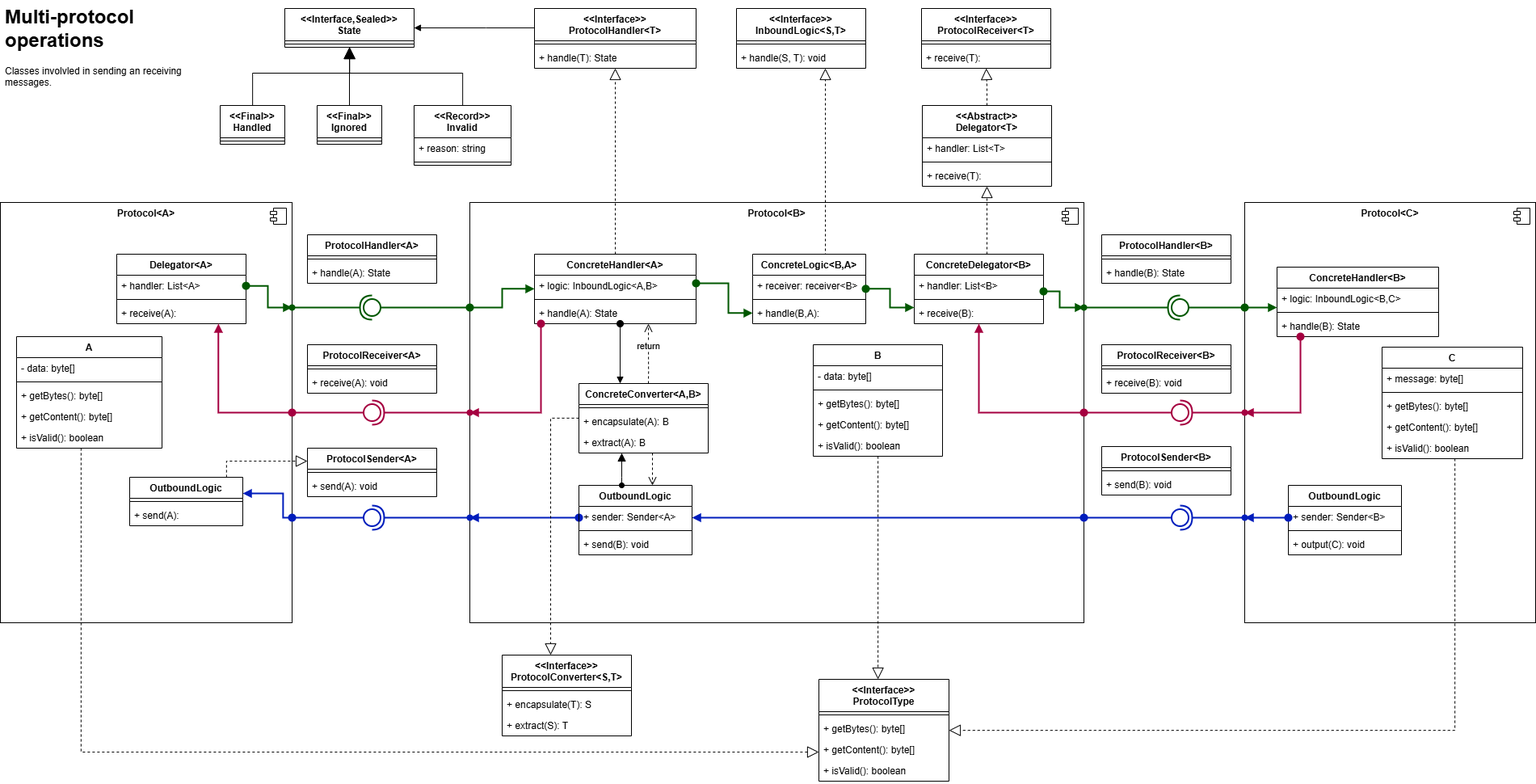
RichardMorris/TRUR3125-Applied-Programming-26-27 keeps this draw.io diagram as appliedprog/diagrams/week13 operation.png. Above is the earlier version. Source tidied: cells renumbered, new cells last; positions are measured from the earlier drawing's top-left corner, leaving out a move shared by most shapes.
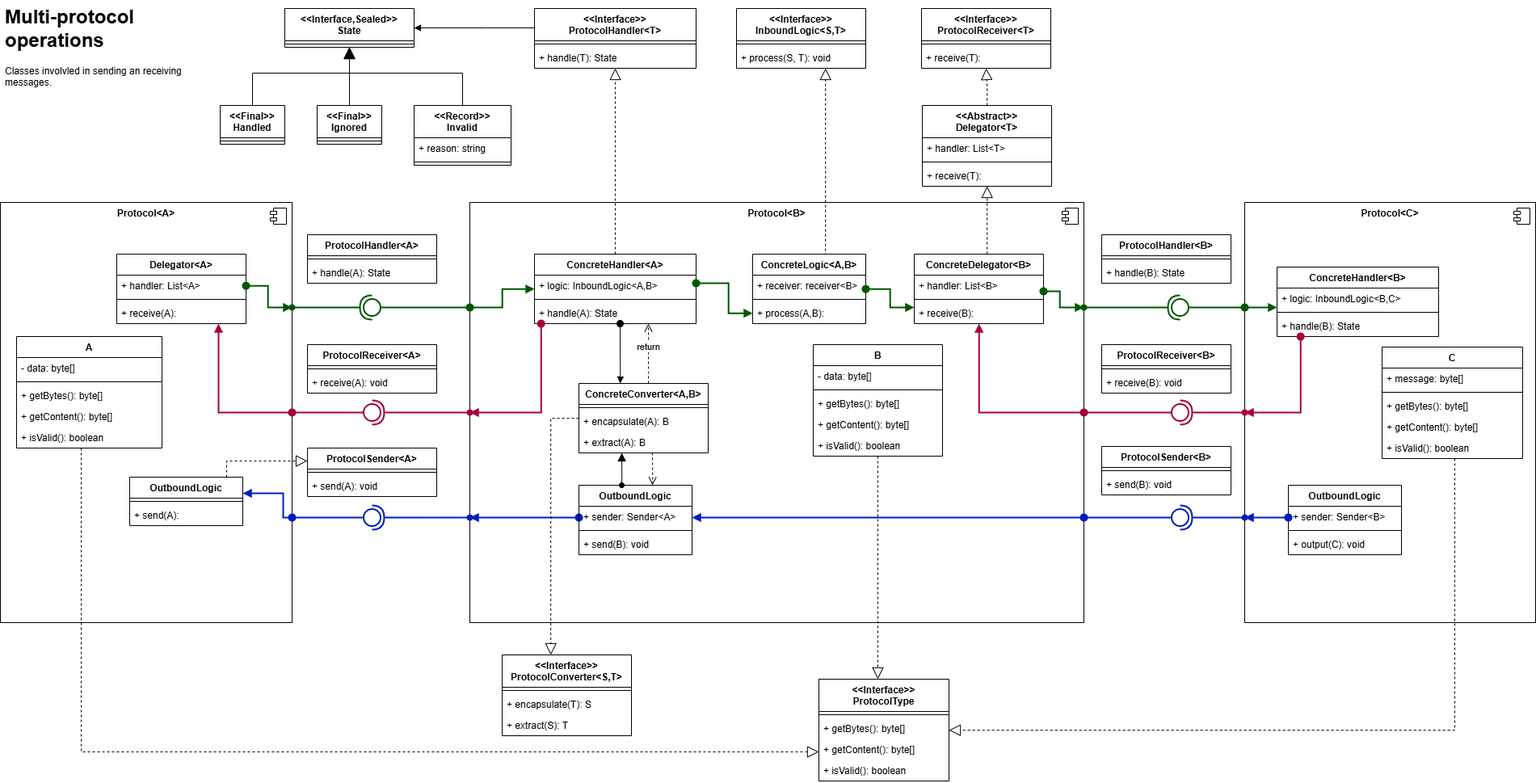
After the commit.

Commit message:
Update diagrams and readmes.

The edit, as a diff of the source:
```diff
@@ -198,7 +198,7 @@
     <mxCell id="43" value="+ send(B): void" style="text;strokeColor=none;fillColor=none;align=left;verticalAlign=top;spacingLeft=4;spacingRight=4;overflow=hidden;whiteSpace=wrap;html=1;" parent="40" vertex="1">
       <mxGeometry y="60" width="140" height="26" as="geometry" />
     </mxCell>
-    <mxCell id="44" value="ConcreteLogic&amp;lt;B,A&amp;gt;" style="swimlane;fontStyle=1;align=center;verticalAlign=top;horizontal=1;startSize=26;whiteSpace=wrap;html=1;" parent="1" vertex="1">
+    <mxCell id="44" value="ConcreteLogic&amp;lt;A,B&amp;gt;" style="swimlane;fontStyle=1;align=center;verticalAlign=top;horizontal=1;startSize=26;whiteSpace=wrap;html=1;" parent="1" vertex="1">
       <mxGeometry x="931" y="314" width="140" height="86" as="geometry" />
     </mxCell>
     <mxCell id="45" value="+ receiver: receiver&amp;lt;B&amp;gt;" style="text;strokeColor=none;fillColor=none;align=left;verticalAlign=top;spacingLeft=4;spacingRight=4;overflow=hidden;whiteSpace=wrap;html=1;" parent="44" vertex="1">
@@ -207,7 +207,7 @@
     <mxCell id="46" style="line;strokeWidth=1;fillColor=none;align=left;verticalAlign=middle;spacingTop=-1;spacingLeft=3;spacingRight=3;labelPosition=right;strokeColor=inherit;" parent="44" vertex="1">
       <mxGeometry y="52" width="140" height="8" as="geometry" />
     </mxCell>
-    <mxCell id="47" value="+ handle(B,A):" style="text;strokeColor=none;fillColor=none;align=left;verticalAlign=top;spacingLeft=4;spacingRight=4;overflow=hidden;points=[[0,0.5],[1,0.5]];portConstraint=eastwest;whiteSpace=wrap;html=1;" parent="44" vertex="1">
+    <mxCell id="47" value="+ process(A,B):" style="text;strokeColor=none;fillColor=none;align=left;verticalAlign=top;spacingLeft=4;spacingRight=4;overflow=hidden;points=[[0,0.5],[1,0.5]];portConstraint=eastwest;whiteSpace=wrap;html=1;" parent="44" vertex="1">
       <mxGeometry y="60" width="140" height="26" as="geometry" />
     </mxCell>
     <mxCell id="48" value="&lt;div&gt;&lt;br&gt;&lt;/div&gt;&lt;div&gt;&lt;br&gt;&lt;/div&gt;" style="html=1;verticalAlign=bottom;startArrow=oval;startFill=1;endArrow=block;startSize=8;rounded=0;edgeStyle=orthogonalEdgeStyle;fillColor=#008a00;strokeColor=#005700;strokeWidth=2;" parent="1" edge="1" source="44" target="7">
@@ -364,7 +364,7 @@
     <mxCell id="87" style="line;strokeWidth=1;fillColor=none;align=left;verticalAlign=middle;spacingTop=-1;spacingLeft=3;spacingRight=3;labelPosition=right;strokeColor=inherit;" parent="86" vertex="1">
       <mxGeometry y="40" width="160" height="8" as="geometry" />
     </mxCell>
-    <mxCell id="88" value="+ handle(S, T): void" style="text;strokeColor=none;fillColor=none;align=left;verticalAlign=top;spacingLeft=4;spacingRight=4;overflow=hidden;whiteSpace=wrap;html=1;" parent="86" vertex="1">
+    <mxCell id="88" value="+ process(S, T): void" style="text;strokeColor=none;fillColor=none;align=left;verticalAlign=top;spacingLeft=4;spacingRight=4;overflow=hidden;whiteSpace=wrap;html=1;" parent="86" vertex="1">
       <mxGeometry y="48" width="160" height="26" as="geometry" />
     </mxCell>
     <mxCell id="89" style="endArrow=block;dashed=1;endFill=0;endSize=12;html=1;rounded=0;" parent="1" edge="1" source="17" target="70">
```
